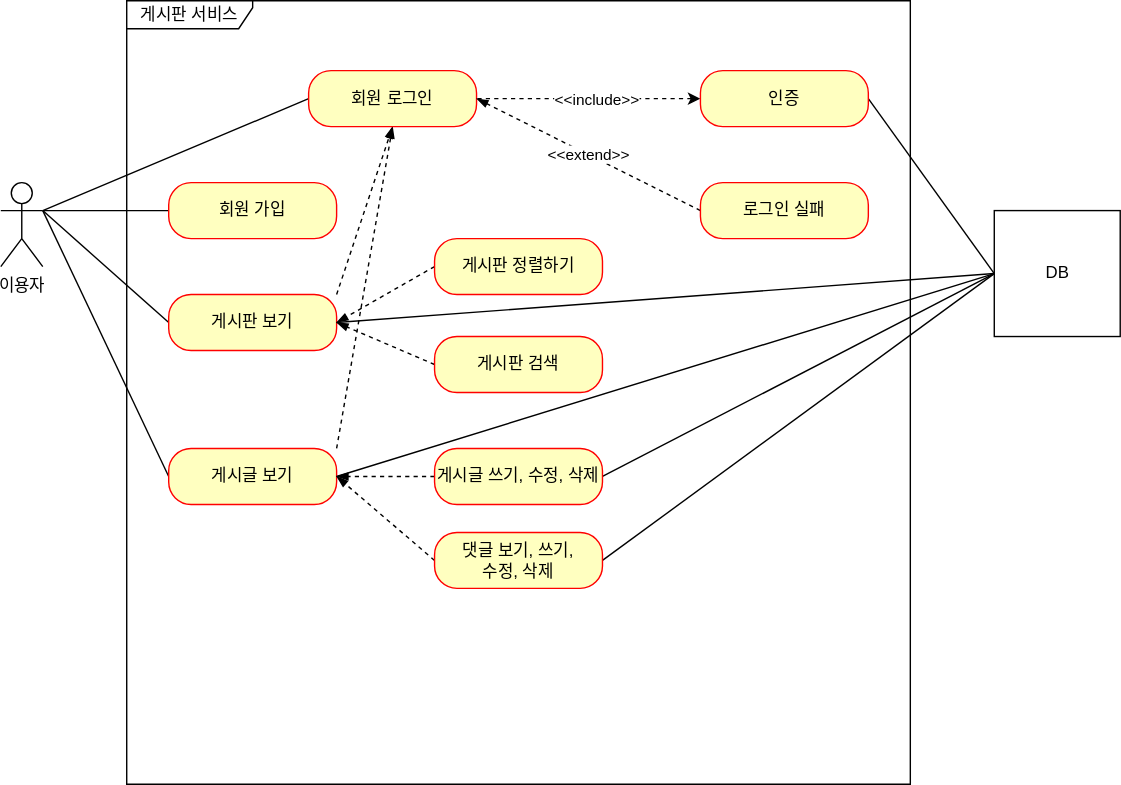
The draw.io diagram document/use-case.svg in iamkimseunghyun/fastcampus-project-board, before a commit. Source tidied: cells renumbered, new cells last; positions are measured from the earlier drawing's top-left corner, leaving out a move shared by most shapes.
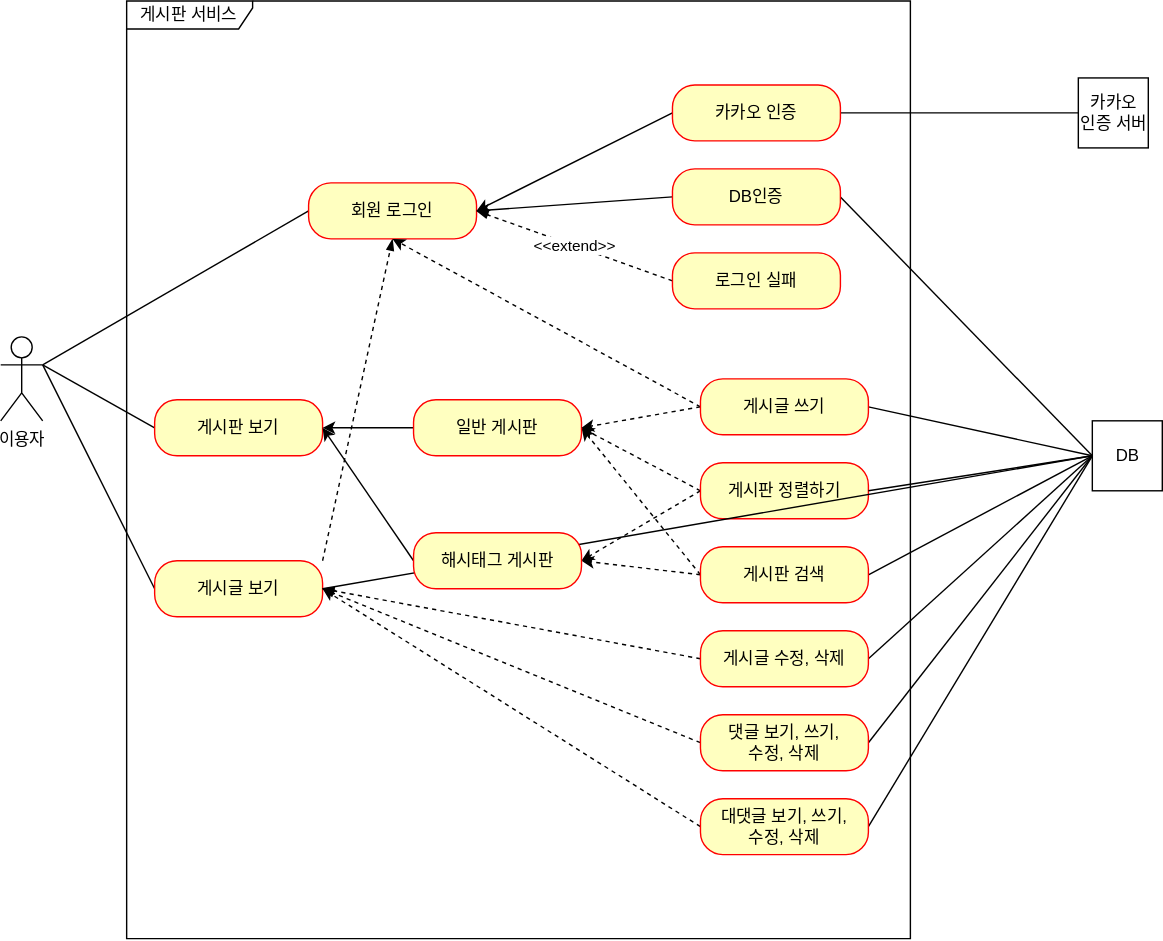
The same file after the commit.

Commit message:
#62 - use-case.svg: 카카오 인증 유즈 케이스 추가

Diff of the diagram source:
```diff
@@ -6,22 +6,13 @@
       <mxGeometry y="130" width="30" height="60" as="geometry" />
     </mxCell>
     <mxCell id="3" value="게시판 서비스" style="shape=umlFrame;whiteSpace=wrap;html=1;width=90;height=20;" parent="1" vertex="1">
-      <mxGeometry x="90" width="560" height="560" as="geometry" />
+      <mxGeometry x="90" y="-110" width="560" height="670" as="geometry" />
     </mxCell>
-    <mxCell id="4" style="rounded=0;jettySize=auto;html=1;exitX=0;exitY=0.5;exitDx=0;exitDy=0;entryX=1;entryY=0.3333333333333333;entryDx=0;entryDy=0;entryPerimeter=0;endArrow=none;endFill=0;" parent="1" edge="1" source="5" target="2">
-      <mxGeometry relative="1" as="geometry" />
-    </mxCell>
-    <mxCell id="5" value="회원 가입" style="rounded=1;whiteSpace=wrap;html=1;arcSize=40;fontColor=#000000;fillColor=#ffffc0;strokeColor=#ff0000;" parent="1" vertex="1">
-      <mxGeometry x="120" y="130" width="120" height="40" as="geometry" />
-    </mxCell>
     <mxCell id="6" style="edgeStyle=none;rounded=0;jettySize=auto;html=1;exitX=0;exitY=0.5;exitDx=0;exitDy=0;entryX=1;entryY=0.3333333333333333;entryDx=0;entryDy=0;entryPerimeter=0;endArrow=none;endFill=0;" parent="1" edge="1" source="8" target="2">
       <mxGeometry relative="1" as="geometry" />
     </mxCell>
-    <mxCell id="7" style="edgeStyle=none;rounded=0;jettySize=auto;html=1;exitX=1;exitY=0;exitDx=0;exitDy=0;entryX=0.5;entryY=1;entryDx=0;entryDy=0;dashed=1;startArrow=none;startFill=0;endArrow=blockThin;endFill=1;" parent="1" edge="1" source="8" target="13">
-      <mxGeometry relative="1" as="geometry" />
-    </mxCell>
     <mxCell id="8" value="게시판 보기" style="rounded=1;whiteSpace=wrap;html=1;arcSize=40;fontColor=#000000;fillColor=#ffffc0;strokeColor=#ff0000;" parent="1" vertex="1">
-      <mxGeometry x="120" y="210" width="120" height="40" as="geometry" />
+      <mxGeometry x="110" y="175" width="120" height="40" as="geometry" />
     </mxCell>
     <mxCell id="9" style="edgeStyle=none;rounded=0;jettySize=auto;html=1;exitX=0;exitY=0.5;exitDx=0;exitDy=0;entryX=1;entryY=0.3333333333333333;entryDx=0;entryDy=0;entryPerimeter=0;endArrow=none;endFill=0;" parent="1" edge="1" source="11" target="2">
       <mxGeometry relative="1" as="geometry" />
@@ -30,45 +21,49 @@
       <mxGeometry relative="1" as="geometry" />
     </mxCell>
     <mxCell id="11" value="게시글 보기" style="rounded=1;whiteSpace=wrap;html=1;arcSize=40;fontColor=#000000;fillColor=#ffffc0;strokeColor=#ff0000;" parent="1" vertex="1">
-      <mxGeometry x="120" y="320" width="120" height="40" as="geometry" />
+      <mxGeometry x="110" y="290" width="120" height="40" as="geometry" />
     </mxCell>
     <mxCell id="12" style="edgeStyle=none;rounded=0;jettySize=auto;html=1;exitX=0;exitY=0.5;exitDx=0;exitDy=0;entryX=1;entryY=0.3333333333333333;entryDx=0;entryDy=0;entryPerimeter=0;endArrow=none;endFill=0;" parent="1" edge="1" source="13" target="2">
       <mxGeometry relative="1" as="geometry" />
     </mxCell>
     <mxCell id="13" value="회원 로그인" style="rounded=1;whiteSpace=wrap;html=1;arcSize=40;fontColor=#000000;fillColor=#ffffc0;strokeColor=#ff0000;" parent="1" vertex="1">
-      <mxGeometry x="220" y="50" width="120" height="40" as="geometry" />
+      <mxGeometry x="220" y="20" width="120" height="40" as="geometry" />
     </mxCell>
+    <mxCell id="16" style="edgeStyle=none;rounded=0;jettySize=auto;html=1;exitX=1;exitY=0.5;exitDx=0;exitDy=0;entryX=0;entryY=0.5;entryDx=0;entryDy=0;startArrow=none;startFill=0;endArrow=none;endFill=0;" parent="1" edge="1" source="17" target="32">
+      <mxGeometry relative="1" as="geometry" />
+    </mxCell>
-    <mxCell id="14" style="edgeStyle=none;rounded=0;jettySize=auto;html=1;exitX=0;exitY=0.5;exitDx=0;exitDy=0;entryX=1;entryY=0.5;entryDx=0;entryDy=0;endArrow=none;endFill=0;dashed=1;startArrow=classic;startFill=1;" parent="1" edge="1" source="17" target="13">
+    <mxCell id="14" style="edgeStyle=none;rounded=0;jettySize=auto;html=1;exitX=0;exitY=0.5;exitDx=0;exitDy=0;entryX=1;entryY=0.5;entryDx=0;entryDy=0;endArrow=classic;endFill=1;" parent="1" edge="1" source="17" target="13">
       <mxGeometry relative="1" as="geometry" />
     </mxCell>
-    <mxCell id="15" value="&amp;lt;&amp;lt;include&amp;gt;&amp;gt;" style="edgeLabel;html=1;align=center;verticalAlign=middle;" parent="14" vertex="1">
-      <mxGeometry x="-0.32" relative="1" as="geometry">
-        <mxPoint x="-20" as="offset" />
-      </mxGeometry>
-    </mxCell>
-    <mxCell id="16" style="edgeStyle=none;rounded=0;jettySize=auto;html=1;exitX=1;exitY=0.5;exitDx=0;exitDy=0;entryX=0;entryY=0.5;entryDx=0;entryDy=0;startArrow=none;startFill=0;endArrow=none;endFill=0;" parent="1" edge="1" source="17" target="32">
-      <mxGeometry relative="1" as="geometry" />
-    </mxCell>
-    <mxCell id="17" value="인증" style="rounded=1;whiteSpace=wrap;html=1;arcSize=40;fontColor=#000000;fillColor=#ffffc0;strokeColor=#ff0000;" parent="1" vertex="1">
-      <mxGeometry x="500" y="50" width="120" height="40" as="geometry" />
+    <mxCell id="17" value="DB인증" style="rounded=1;whiteSpace=wrap;html=1;arcSize=40;fontColor=#000000;fillColor=#ffffc0;strokeColor=#ff0000;" parent="1" vertex="1">
+      <mxGeometry x="480" y="10" width="120" height="40" as="geometry" />
     </mxCell>
     <mxCell id="18" value="&amp;lt;&amp;lt;extend&amp;gt;&amp;gt;" style="edgeStyle=none;rounded=0;jettySize=auto;html=1;exitX=0;exitY=0.5;exitDx=0;exitDy=0;entryX=1;entryY=0.5;entryDx=0;entryDy=0;endArrow=blockThin;endFill=1;dashed=1;" parent="1" edge="1" source="19" target="13">
       <mxGeometry relative="1" as="geometry" />
     </mxCell>
     <mxCell id="19" value="로그인 실패" style="rounded=1;whiteSpace=wrap;html=1;arcSize=40;fontColor=#000000;fillColor=#ffffc0;strokeColor=#ff0000;" parent="1" vertex="1">
-      <mxGeometry x="500" y="130" width="120" height="40" as="geometry" />
+      <mxGeometry x="480" y="70" width="120" height="40" as="geometry" />
     </mxCell>
-    <mxCell id="20" style="edgeStyle=none;rounded=0;jettySize=auto;html=1;exitX=0;exitY=0.5;exitDx=0;exitDy=0;entryX=1;entryY=0.5;entryDx=0;entryDy=0;dashed=1;startArrow=none;startFill=0;endArrow=blockThin;endFill=1;" parent="1" edge="1" source="21" target="8">
-      <mxGeometry relative="1" as="geometry" />
-    </mxCell>
+    <mxCell id="33" style="edgeStyle=none;rounded=0;jettySize=auto;html=1;exitX=0;exitY=0.5;exitDx=0;exitDy=0;entryX=1;entryY=0.5;entryDx=0;entryDy=0;dashed=1;" parent="1" edge="1" source="21" target="39">
+      <mxGeometry relative="1" as="geometry" />
+    </mxCell>
+    <mxCell id="34" style="edgeStyle=none;rounded=0;jettySize=auto;html=1;exitX=0;exitY=0.5;exitDx=0;exitDy=0;entryX=1;entryY=0.5;entryDx=0;entryDy=0;dashed=1;" parent="1" edge="1" source="21" target="41">
+      <mxGeometry relative="1" as="geometry" />
+    </mxCell>
     <mxCell id="21" value="게시판 정렬하기" style="rounded=1;whiteSpace=wrap;html=1;arcSize=40;fontColor=#000000;fillColor=#ffffc0;strokeColor=#ff0000;" parent="1" vertex="1">
-      <mxGeometry x="310" y="170" width="120" height="40" as="geometry" />
+      <mxGeometry x="500" y="220" width="120" height="40" as="geometry" />
     </mxCell>
-    <mxCell id="22" style="edgeStyle=none;rounded=0;jettySize=auto;html=1;exitX=0;exitY=0.5;exitDx=0;exitDy=0;entryX=1;entryY=0.5;entryDx=0;entryDy=0;dashed=1;startArrow=none;startFill=0;endArrow=blockThin;endFill=1;" parent="1" edge="1" source="23" target="8">
-      <mxGeometry relative="1" as="geometry" />
-    </mxCell>
+    <mxCell id="35" style="edgeStyle=none;rounded=0;jettySize=auto;html=1;exitX=0;exitY=0.5;exitDx=0;exitDy=0;entryX=1;entryY=0.5;entryDx=0;entryDy=0;dashed=1;" parent="1" edge="1" source="23" target="39">
+      <mxGeometry relative="1" as="geometry" />
+    </mxCell>
+    <mxCell id="36" style="edgeStyle=none;rounded=0;jettySize=auto;html=1;exitX=0;exitY=0.5;exitDx=0;exitDy=0;entryX=1;entryY=0.5;entryDx=0;entryDy=0;dashed=1;" parent="1" edge="1" source="23" target="41">
+      <mxGeometry relative="1" as="geometry" />
+    </mxCell>
+    <mxCell id="37" style="edgeStyle=none;rounded=0;jettySize=auto;html=1;exitX=1;exitY=0.5;exitDx=0;exitDy=0;entryX=0;entryY=0.5;entryDx=0;entryDy=0;endArrow=none;endFill=0;" parent="1" edge="1" source="23" target="32">
+      <mxGeometry relative="1" as="geometry" />
+    </mxCell>
     <mxCell id="23" value="게시판 검색" style="rounded=1;whiteSpace=wrap;html=1;arcSize=40;fontColor=#000000;fillColor=#ffffc0;strokeColor=#ff0000;" parent="1" vertex="1">
-      <mxGeometry x="310" y="240" width="120" height="40" as="geometry" />
+      <mxGeometry x="500" y="280" width="120" height="40" as="geometry" />
     </mxCell>
     <mxCell id="24" style="edgeStyle=none;rounded=0;jettySize=auto;html=1;exitX=0;exitY=0.5;exitDx=0;exitDy=0;entryX=1;entryY=0.5;entryDx=0;entryDy=0;dashed=1;startArrow=none;startFill=0;endArrow=blockThin;endFill=1;" parent="1" edge="1" source="26" target="11">
       <mxGeometry relative="1" as="geometry" />
@@ -76,8 +71,8 @@
     <mxCell id="25" style="edgeStyle=none;rounded=0;jettySize=auto;html=1;exitX=1;exitY=0.5;exitDx=0;exitDy=0;entryX=0;entryY=0.5;entryDx=0;entryDy=0;startArrow=none;startFill=0;endArrow=none;endFill=0;" parent="1" edge="1" source="26" target="32">
       <mxGeometry relative="1" as="geometry" />
     </mxCell>
-    <mxCell id="26" value="게시글 쓰기, 수정, 삭제" style="rounded=1;whiteSpace=wrap;html=1;arcSize=40;fontColor=#000000;fillColor=#ffffc0;strokeColor=#ff0000;" parent="1" vertex="1">
-      <mxGeometry x="310" y="320" width="120" height="40" as="geometry" />
+    <mxCell id="26" value="게시글 수정, 삭제" style="rounded=1;whiteSpace=wrap;html=1;arcSize=40;fontColor=#000000;fillColor=#ffffc0;strokeColor=#ff0000;" parent="1" vertex="1">
+      <mxGeometry x="500" y="340" width="120" height="40" as="geometry" />
     </mxCell>
     <mxCell id="27" style="edgeStyle=none;rounded=0;jettySize=auto;html=1;exitX=0;exitY=0.5;exitDx=0;exitDy=0;entryX=1;entryY=0.5;entryDx=0;entryDy=0;dashed=1;startArrow=none;startFill=0;endArrow=blockThin;endFill=1;" parent="1" edge="1" source="29" target="11">
       <mxGeometry relative="1" as="geometry" />
@@ -86,16 +81,61 @@
       <mxGeometry relative="1" as="geometry" />
     </mxCell>
     <mxCell id="29" value="댓글 보기, 쓰기, &lt;br&gt;수정, 삭제" style="rounded=1;whiteSpace=wrap;html=1;arcSize=40;fontColor=#000000;fillColor=#ffffc0;strokeColor=#ff0000;" parent="1" vertex="1">
-      <mxGeometry x="310" y="380" width="120" height="40" as="geometry" />
+      <mxGeometry x="500" y="400" width="120" height="40" as="geometry" />
     </mxCell>
-    <mxCell id="30" style="edgeStyle=none;rounded=0;jettySize=auto;html=1;exitX=0;exitY=0.5;exitDx=0;exitDy=0;entryX=1;entryY=0.5;entryDx=0;entryDy=0;startArrow=none;startFill=0;endArrow=none;endFill=0;" parent="1" edge="1" source="32" target="8">
+    <mxCell id="30" style="edgeStyle=none;rounded=0;jettySize=auto;html=1;exitX=0;exitY=0.5;exitDx=0;exitDy=0;startArrow=none;startFill=0;endArrow=none;endFill=0;entryX=1;entryY=0.5;entryDx=0;entryDy=0;" parent="1" edge="1" source="32" target="21">
       <mxGeometry relative="1" as="geometry" />
     </mxCell>
     <mxCell id="31" style="edgeStyle=none;rounded=0;jettySize=auto;html=1;exitX=0;exitY=0.5;exitDx=0;exitDy=0;entryX=1;entryY=0.5;entryDx=0;entryDy=0;startArrow=none;startFill=0;endArrow=none;endFill=0;" parent="1" edge="1" source="32" target="11">
       <mxGeometry relative="1" as="geometry" />
     </mxCell>
     <mxCell id="32" value="DB" style="html=1;" parent="1" vertex="1">
-      <mxGeometry x="710" y="150" width="90" height="90" as="geometry" />
+      <mxGeometry x="780" y="190" width="50" height="50" as="geometry" />
     </mxCell>
+    <mxCell id="38" style="edgeStyle=none;rounded=0;jettySize=auto;html=1;exitX=0;exitY=0.5;exitDx=0;exitDy=0;entryX=1;entryY=0.5;entryDx=0;entryDy=0;" parent="1" edge="1" source="39" target="8">
+      <mxGeometry relative="1" as="geometry" />
+    </mxCell>
+    <mxCell id="39" value="일반 게시판" style="rounded=1;whiteSpace=wrap;html=1;arcSize=40;fontColor=#000000;fillColor=#ffffc0;strokeColor=#ff0000;" parent="1" vertex="1">
+      <mxGeometry x="295" y="175" width="120" height="40" as="geometry" />
+    </mxCell>
+    <mxCell id="40" style="edgeStyle=none;rounded=0;jettySize=auto;html=1;exitX=0;exitY=0.5;exitDx=0;exitDy=0;entryX=1;entryY=0.5;entryDx=0;entryDy=0;" parent="1" edge="1" source="41" target="8">
+      <mxGeometry relative="1" as="geometry" />
+    </mxCell>
+    <mxCell id="41" value="해시태그 게시판" style="rounded=1;whiteSpace=wrap;html=1;arcSize=40;fontColor=#000000;fillColor=#ffffc0;strokeColor=#ff0000;" parent="1" vertex="1">
+      <mxGeometry x="295" y="270" width="120" height="40" as="geometry" />
+    </mxCell>
+    <mxCell id="42" style="edgeStyle=none;rounded=0;jettySize=auto;html=1;exitX=0;exitY=0.5;exitDx=0;exitDy=0;entryX=1;entryY=0.5;entryDx=0;entryDy=0;dashed=1;" parent="1" edge="1" source="44" target="11">
+      <mxGeometry relative="1" as="geometry" />
+    </mxCell>
+    <mxCell id="43" style="edgeStyle=none;rounded=0;jettySize=auto;html=1;exitX=1;exitY=0.5;exitDx=0;exitDy=0;entryX=0;entryY=0.5;entryDx=0;entryDy=0;endArrow=none;endFill=0;" parent="1" edge="1" source="44" target="32">
+      <mxGeometry relative="1" as="geometry" />
+    </mxCell>
+    <mxCell id="44" value="대댓글 보기, 쓰기, &lt;br&gt;수정, 삭제" style="rounded=1;whiteSpace=wrap;html=1;arcSize=40;fontColor=#000000;fillColor=#ffffc0;strokeColor=#ff0000;" parent="1" vertex="1">
+      <mxGeometry x="500" y="460" width="120" height="40" as="geometry" />
+    </mxCell>
+    <mxCell id="45" style="rounded=0;jettySize=auto;html=1;exitX=0;exitY=0.5;exitDx=0;exitDy=0;entryX=1;entryY=0.5;entryDx=0;entryDy=0;dashed=1;" parent="1" edge="1" source="48" target="39">
+      <mxGeometry relative="1" as="geometry" />
+    </mxCell>
+    <mxCell id="46" style="edgeStyle=none;rounded=0;jettySize=auto;html=1;exitX=0;exitY=0.5;exitDx=0;exitDy=0;entryX=0.5;entryY=1;entryDx=0;entryDy=0;dashed=1;" parent="1" edge="1" source="48" target="13">
+      <mxGeometry relative="1" as="geometry" />
+    </mxCell>
+    <mxCell id="47" style="edgeStyle=none;rounded=0;jettySize=auto;html=1;exitX=1;exitY=0.5;exitDx=0;exitDy=0;entryX=0;entryY=0.5;entryDx=0;entryDy=0;endArrow=none;endFill=0;" parent="1" edge="1" source="48" target="32">
+      <mxGeometry relative="1" as="geometry" />
+    </mxCell>
+    <mxCell id="48" value="게시글 쓰기" style="rounded=1;whiteSpace=wrap;html=1;arcSize=40;fontColor=#000000;fillColor=#ffffc0;strokeColor=#ff0000;" parent="1" vertex="1">
+      <mxGeometry x="500" y="160" width="120" height="40" as="geometry" />
+    </mxCell>
+    <mxCell id="49" style="edgeStyle=none;rounded=0;jettySize=auto;html=1;exitX=1;exitY=0.5;exitDx=0;exitDy=0;entryX=0;entryY=0.5;entryDx=0;entryDy=0;endArrow=none;endFill=0;" parent="1" edge="1" source="51" target="52">
+      <mxGeometry relative="1" as="geometry" />
+    </mxCell>
+    <mxCell id="50" style="edgeStyle=none;rounded=0;jettySize=auto;html=1;exitX=0;exitY=0.5;exitDx=0;exitDy=0;entryX=1;entryY=0.5;entryDx=0;entryDy=0;endArrow=classic;endFill=1;" parent="1" edge="1" source="51" target="13">
+      <mxGeometry relative="1" as="geometry" />
+    </mxCell>
+    <mxCell id="51" value="카카오 인증" style="rounded=1;whiteSpace=wrap;html=1;arcSize=40;fontColor=#000000;fillColor=#ffffc0;strokeColor=#ff0000;" parent="1" vertex="1">
+      <mxGeometry x="480" y="-50" width="120" height="40" as="geometry" />
+    </mxCell>
+    <mxCell id="52" value="카카오&lt;br&gt;인증 서버" style="html=1;" parent="1" vertex="1">
+      <mxGeometry x="770" y="-55" width="50" height="50" as="geometry" />
+    </mxCell>
   </root>
 </mxGraphModel>
```
